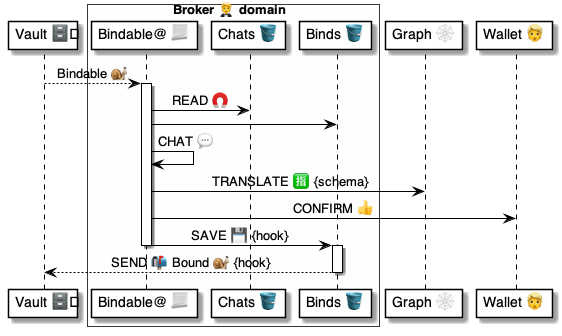
This is 4 ⚙️ Solution/20 🧑‍🦰 UI/Brokers 🤵/🤵🅰️ Broker methods/Binds 🔗 Bindable 🗄️🐌🤵/🤵 Bindable ⚙️ uml.png from pollyweb-org/pollyweb-docs, a PlantUML export, as it was before one commit. Its source is kept beside it as 4 ⚙️ Solution/20 🧑‍🦰 UI/Brokers 🤵/🤵🅰️ Broker methods/Binds 🔗 Bindable 🗄️🐌🤵/🤵 Bindable ⚙️ uml.puml.
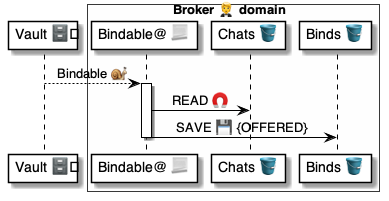
Later version of the same file.

What changed in the source:
```diff
@@ -9,8 +9,6 @@
     participant "Binds 🪣" as binds
 end box
 
-participant "Graph 🕸" as graph
-participant "Wallet 👱" as wallet
 
 
 vault --> broker: Bindable 🐌
@@ -18,16 +16,8 @@
 
 activate broker
     broker -> chats: READ 🧲
-    broker -> binds:
-    broker -> broker: CHAT 💬
-    broker -> graph: TRANSLATE 🈯 {schema}
-    broker -> wallet: CONFIRM 👍
-    broker -> binds: SAVE 💾 {hook}
+    broker -> binds: SAVE 💾 {OFFERED}
 deactivate broker
-
-activate binds
-    binds --> vault: SEND 📬 Bound 🐌 {hook}
-deactivate binds
 
 
 @enduml
```
